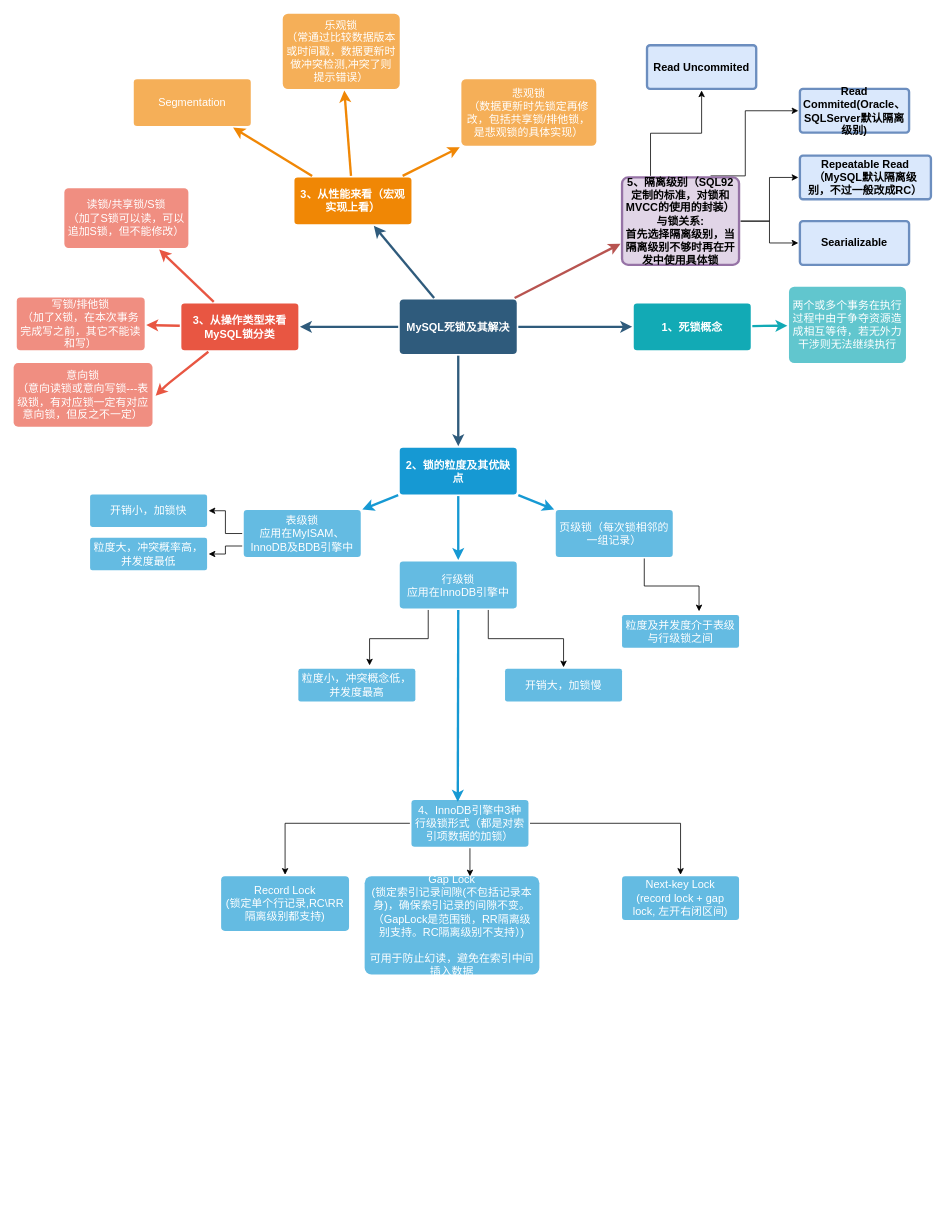
Before: MySQL死锁及其解决.drawio in HuaHero/OnLineFaq, a draw.io diagram. Source tidied: cells renumbered, new cells numbered last; positions are measured from the earlier drawing's top-left corner, leaving out a move shared by most shapes. Both pictures are drawn from the tidied source at 78%, with x=0, y=0 at pixel (13, 13).
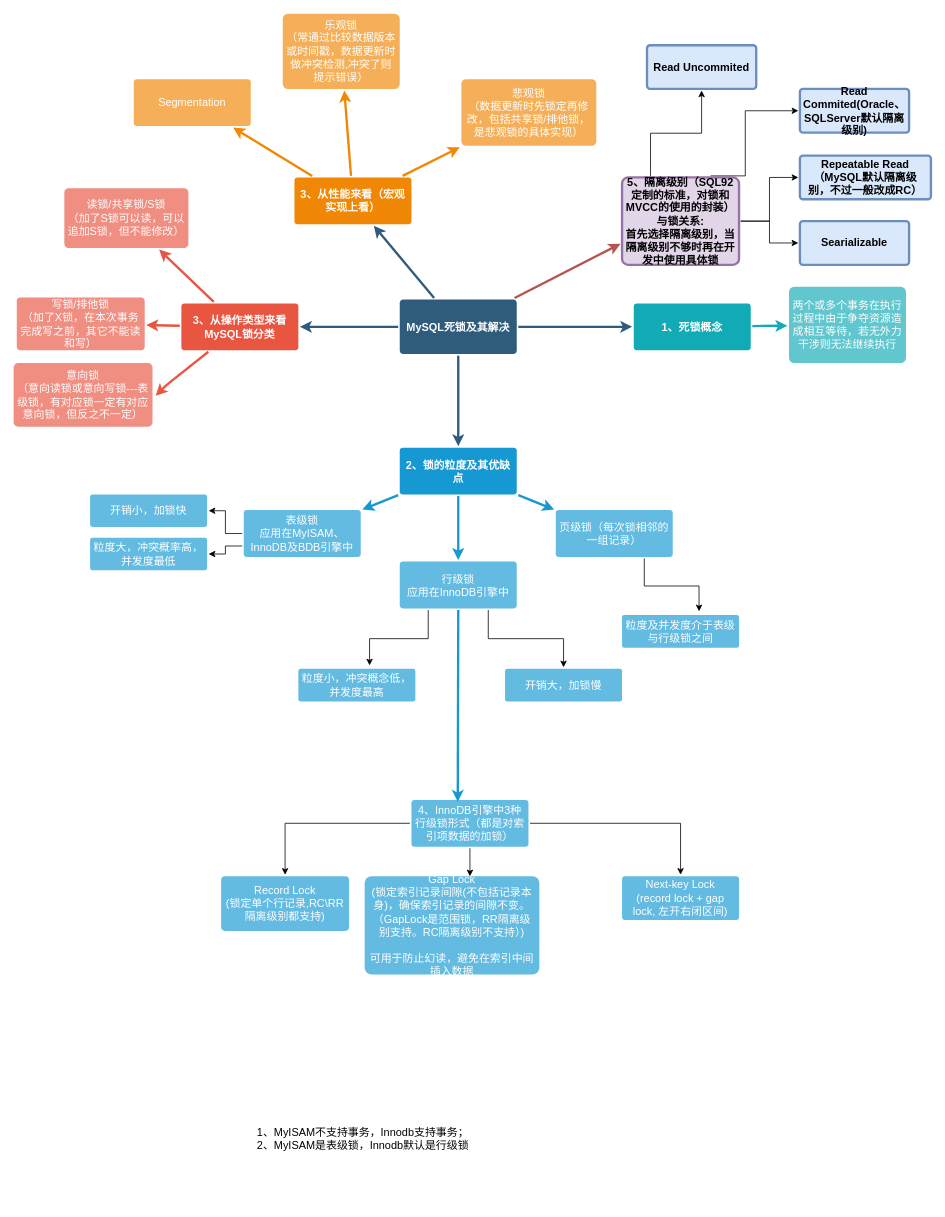
The same diagram, later.

Commit message (it also covers changes not shown here):
更新MySQL死锁及其解决.drawio

What changed in the source:
```diff
@@
+    <mxCell id="59" value="1、MyISAM不支持事务，Innodb支持事务；&lt;div style=&quot;font-size: 14px;&quot;&gt;2、MyISAM是表级锁，Innodb默认是行级锁&lt;/div&gt;" style="text;html=1;align=center;verticalAlign=middle;whiteSpace=wrap;rounded=0;fontSize=14;" parent="1" vertex="1">
+      <mxGeometry x="280" y="1358" width="336" height="168" as="geometry" />
+    </mxCell>
```
